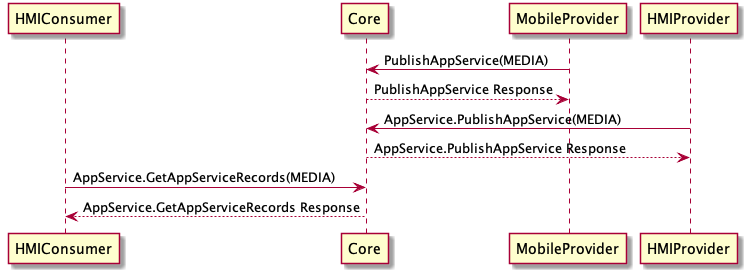
smartdevicelink/sdl_hmi_integration_guidelines keeps this PlantUML diagram as docs/AppService/GetAppServiceRecords/assets/GetAppServiceRecords.png. Above is the earlier version.
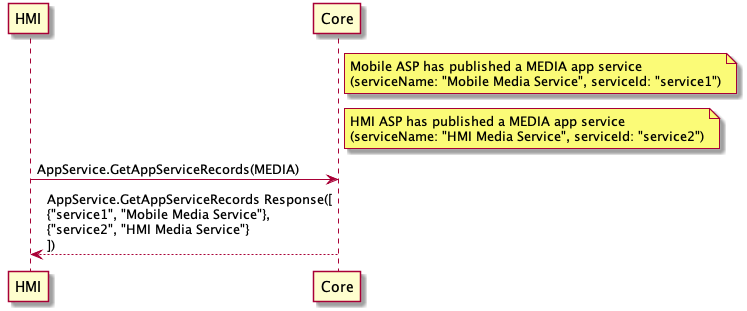
After the change.

The edit, as a diff of the source:
```diff
@@ -1,13 +1,10 @@
 @startuml GetAppServiceRecords
-participant HMIConsumer
+participant HMI
 participant Core
-participant MobileProvider
-participant HMIProvider
 
-MobileProvider -> Core: PublishAppService(MEDIA)
-Core --> MobileProvider: PublishAppService Response
-HMIProvider -> Core: AppService.PublishAppService(MEDIA)
-Core --> HMIProvider: AppService.PublishAppService Response
-HMIConsumer -> Core: AppService.GetAppServiceRecords(MEDIA)
-Core --> HMIConsumer: AppService.GetAppServiceRecords Response
+note right of Core: Mobile ASP has published a MEDIA app service\n(serviceName: "Mobile Media Service", serviceId: "service1")
+note right of Core: HMI ASP has published a MEDIA app service\n(serviceName: "HMI Media Service", serviceId: "service2")
+
+HMI -> Core: AppService.GetAppServiceRecords(MEDIA)
+Core --> HMI: AppService.GetAppServiceRecords Response([\n{"service1", "Mobile Media Service"},\n{"service2", "HMI Media Service"}\n])
 @enduml
```
